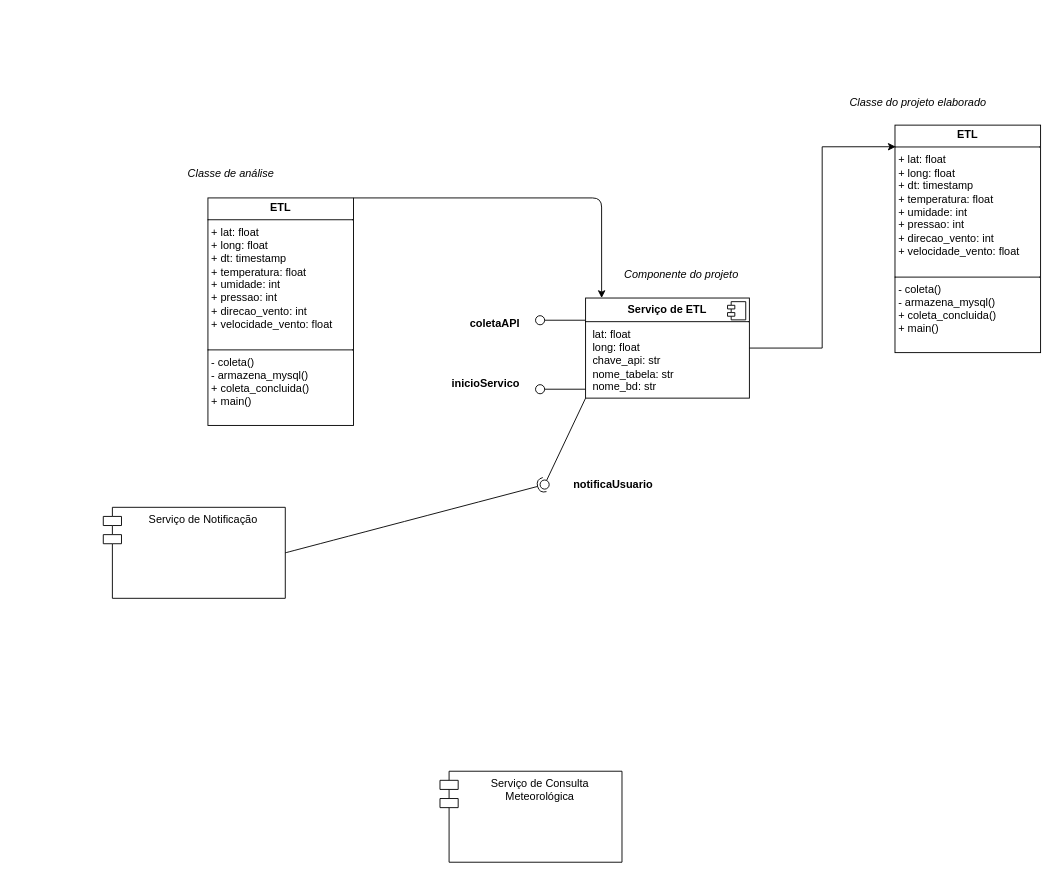
Above: projeto_software.drawio in budkee/news_on_weather (draw.io), before the change. Source tidied: cells renumbered, new cells numbered last; positions are measured from the earlier drawing's top-left corner, leaving out a move shared by most shapes. Both pictures are drawn from the tidied source at 91%, with x=0, y=0 at pixel (103, 88).
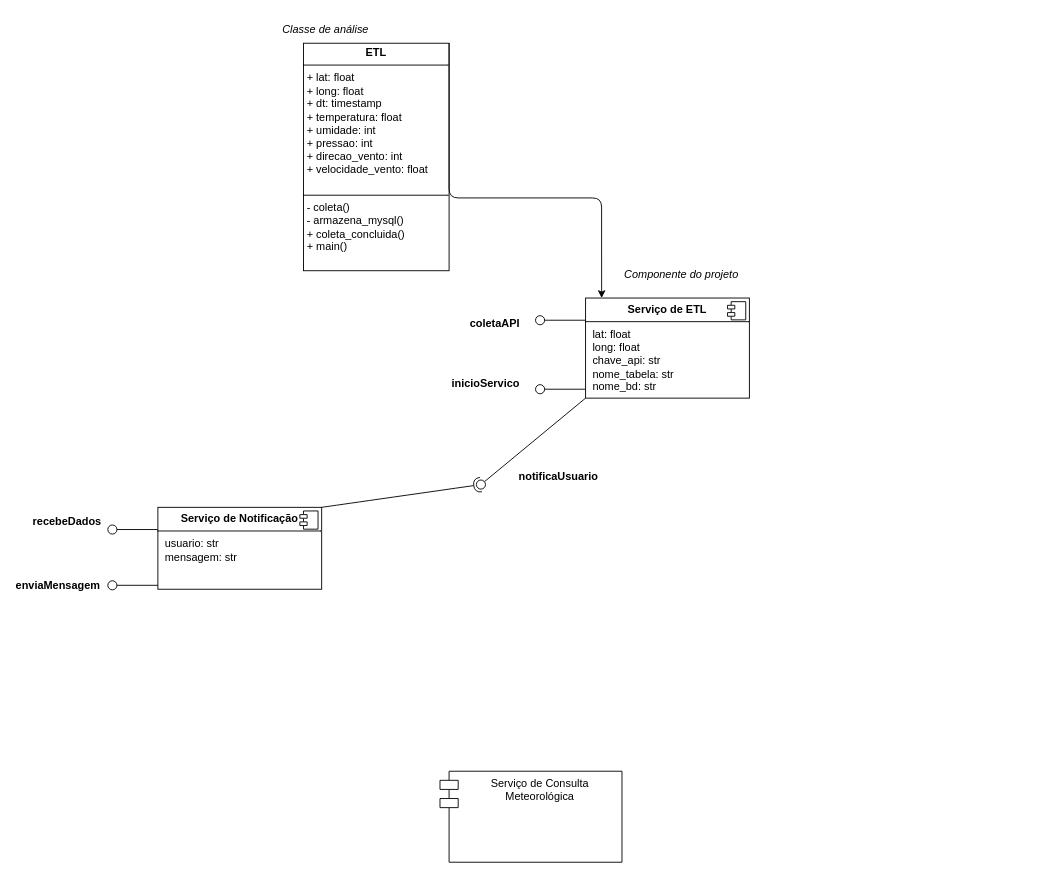
The same diagram, later.

Unchanged cells that the change refers to:
```xml
<mxCell id="16" value="&lt;p style=&quot;margin:0px;margin-top:6px;text-align:center;&quot;&gt;&lt;b&gt;Serviço de ETL&lt;/b&gt;&lt;/p&gt;&lt;hr size=&quot;1&quot; style=&quot;border-style:solid;&quot;&gt;&lt;p style=&quot;margin:0px;margin-left:8px;&quot;&gt;lat: float&lt;/p&gt;&lt;p style=&quot;margin:0px;margin-left:8px;&quot;&gt;long: float&lt;/p&gt;&lt;p style=&quot;margin:0px;margin-left:8px;&quot;&gt;chave_api: str&lt;/p&gt;&lt;p style=&quot;margin:0px;margin-left:8px;&quot;&gt;nome_tabela: str&lt;/p&gt;&lt;p style=&quot;margin:0px;margin-left:8px;&quot;&gt;nome_bd: str&lt;/p&gt;" style="align=left;overflow=fill;html=1;whiteSpace=wrap;" parent="11" vertex="1">
  <mxGeometry x="150" width="180" height="110" as="geometry" />
</mxCell>
```

Diff of the diagram source:
```diff
@@
-    <mxCell id="2" value="Serviço de Notificação" style="shape=module;align=left;spacingLeft=20;align=center;verticalAlign=top;whiteSpace=wrap;html=1;" parent="1" vertex="1">
-      <mxGeometry y="460" width="200" height="100" as="geometry" />
-    </mxCell>
@@
     <mxCell id="6" value="notificaUsuario" style="text;align=center;fontStyle=1;verticalAlign=middle;spacingLeft=3;spacingRight=3;strokeColor=none;html=1;" parent="1" vertex="1">
-      <mxGeometry x="520" y="422" width="80" height="26" as="geometry" />
+      <mxGeometry x="460" y="414" width="80" height="26" as="geometry" />
     </mxCell>
-    <mxCell id="7" style="rounded=0;jettySize=auto;html=1;endArrow=halfCircle;endFill=0;endSize=6;strokeWidth=1;sketch=0;fontSize=12;curved=1;exitX=1;exitY=0.5;exitDx=0;exitDy=0;" parent="1" edge="1" source="2" target="8">
+    <mxCell id="7" style="rounded=0;jettySize=auto;html=1;endArrow=halfCircle;endFill=0;endSize=6;strokeWidth=1;sketch=0;fontSize=12;curved=1;exitX=1;exitY=0;exitDx=0;exitDy=0;" parent="1" edge="1" source="25" target="8">
       <mxGeometry relative="1" as="geometry" />
     </mxCell>
     <mxCell id="8" style="ellipse;whiteSpace=wrap;html=1;align=center;fillColor=none;strokeColor=none;perimeter=centerPerimeter;points=[];outlineConnect=1;" parent="1" vertex="1">
-      <mxGeometry x="480" y="430" width="10" height="10" as="geometry" />
+      <mxGeometry x="410" y="430" width="10" height="10" as="geometry" />
     </mxCell>
     <mxCell id="9" value="&lt;p style=&quot;margin:0px;margin-top:4px;text-align:center;&quot;&gt;&lt;b&gt;ETL&lt;/b&gt;&lt;/p&gt;&lt;hr size=&quot;1&quot; style=&quot;border-style:solid;&quot;&gt;&lt;p style=&quot;margin:0px;margin-left:4px;&quot;&gt;+ lat: float&lt;/p&gt;&lt;p style=&quot;margin:0px;margin-left:4px;&quot;&gt;+ long: float&lt;/p&gt;&lt;p style=&quot;margin:0px;margin-left:4px;&quot;&gt;+ dt: timestamp&lt;span style=&quot;background-color: initial;&quot;&gt;&lt;br&gt;&lt;/span&gt;&lt;/p&gt;&lt;p style=&quot;margin:0px;margin-left:4px;&quot;&gt;&lt;span style=&quot;background-color: initial;&quot;&gt;+ temperatura: float&lt;/span&gt;&lt;/p&gt;&lt;p style=&quot;margin:0px;margin-left:4px;&quot;&gt;&lt;span style=&quot;background-color: initial;&quot;&gt;+ umidade: int&lt;/span&gt;&lt;/p&gt;&lt;p style=&quot;margin:0px;margin-left:4px;&quot;&gt;&lt;span style=&quot;background-color: initial;&quot;&gt;+ pressao: int&lt;/span&gt;&lt;/p&gt;&lt;p style=&quot;margin:0px;margin-left:4px;&quot;&gt;&lt;span style=&quot;background-color: initial;&quot;&gt;+ direcao_vento: int&lt;/span&gt;&lt;/p&gt;&lt;p style=&quot;margin:0px;margin-left:4px;&quot;&gt;&lt;span style=&quot;background-color: initial;&quot;&gt;+ velocidade_vento: float&lt;/span&gt;&lt;/p&gt;&lt;p style=&quot;margin:0px;margin-left:4px;&quot;&gt;&lt;br&gt;&lt;/p&gt;&lt;hr size=&quot;1&quot; style=&quot;border-style:solid;&quot;&gt;&lt;p style=&quot;margin:0px;margin-left:4px;&quot;&gt;- coleta()&lt;/p&gt;&lt;p style=&quot;margin:0px;margin-left:4px;&quot;&gt;- armazena_mysql()&lt;/p&gt;&lt;p style=&quot;margin:0px;margin-left:4px;&quot;&gt;+ coleta_concluida()&lt;/p&gt;&lt;p style=&quot;margin:0px;margin-left:4px;&quot;&gt;+ main()&lt;/p&gt;" style="verticalAlign=top;align=left;overflow=fill;html=1;whiteSpace=wrap;" parent="1" vertex="1">
-      <mxGeometry x="115" y="120" width="160" height="250" as="geometry" />
+      <mxGeometry x="220" y="-50" width="160" height="250" as="geometry" />
     </mxCell>
     <mxCell id="10" value="Classe de análise" style="text;html=1;align=center;verticalAlign=middle;strokeColor=none;fillColor=none;fontStyle=2;" parent="1" vertex="1">
-      <mxGeometry x="80" y="78" width="120" height="30" as="geometry" />
+      <mxGeometry x="184" y="-80" width="120" height="30" as="geometry" />
     </mxCell>
@@
-    <mxCell id="19" value="&lt;p style=&quot;margin:0px;margin-top:4px;text-align:center;&quot;&gt;&lt;b&gt;ETL&lt;/b&gt;&lt;/p&gt;&lt;hr size=&quot;1&quot; style=&quot;border-style:solid;&quot;&gt;&lt;p style=&quot;margin:0px;margin-left:4px;&quot;&gt;+ lat: float&lt;/p&gt;&lt;p style=&quot;margin:0px;margin-left:4px;&quot;&gt;+ long: float&lt;/p&gt;&lt;p style=&quot;margin:0px;margin-left:4px;&quot;&gt;+ dt: timestamp&lt;span style=&quot;background-color: initial;&quot;&gt;&lt;br&gt;&lt;/span&gt;&lt;/p&gt;&lt;p style=&quot;margin:0px;margin-left:4px;&quot;&gt;&lt;span style=&quot;background-color: initial;&quot;&gt;+ temperatura: float&lt;/span&gt;&lt;/p&gt;&lt;p style=&quot;margin:0px;margin-left:4px;&quot;&gt;&lt;span style=&quot;background-color: initial;&quot;&gt;+ umidade: int&lt;/span&gt;&lt;/p&gt;&lt;p style=&quot;margin:0px;margin-left:4px;&quot;&gt;&lt;span style=&quot;background-color: initial;&quot;&gt;+ pressao: int&lt;/span&gt;&lt;/p&gt;&lt;p style=&quot;margin:0px;margin-left:4px;&quot;&gt;&lt;span style=&quot;background-color: initial;&quot;&gt;+ direcao_vento: int&lt;/span&gt;&lt;/p&gt;&lt;p style=&quot;margin:0px;margin-left:4px;&quot;&gt;&lt;span style=&quot;background-color: initial;&quot;&gt;+ velocidade_vento: float&lt;/span&gt;&lt;/p&gt;&lt;p style=&quot;margin:0px;margin-left:4px;&quot;&gt;&lt;br&gt;&lt;/p&gt;&lt;hr size=&quot;1&quot; style=&quot;border-style:solid;&quot;&gt;&lt;p style=&quot;margin:0px;margin-left:4px;&quot;&gt;- coleta()&lt;/p&gt;&lt;p style=&quot;margin:0px;margin-left:4px;&quot;&gt;- armazena_mysql()&lt;/p&gt;&lt;p style=&quot;margin:0px;margin-left:4px;&quot;&gt;+ coleta_concluida()&lt;/p&gt;&lt;p style=&quot;margin:0px;margin-left:4px;&quot;&gt;+ main()&lt;/p&gt;" style="verticalAlign=top;align=left;overflow=fill;html=1;whiteSpace=wrap;" parent="1" vertex="1">
-      <mxGeometry x="870" y="40" width="160" height="250" as="geometry" />
-    </mxCell>
-    <mxCell id="20" value="Classe do projeto elaborado" style="text;html=1;align=center;verticalAlign=middle;strokeColor=none;fillColor=none;fontStyle=2;" parent="1" vertex="1">
-      <mxGeometry x="810" width="170" height="30" as="geometry" />
-    </mxCell>
@@
-    <mxCell id="22" style="edgeStyle=orthogonalEdgeStyle;rounded=0;jettySize=auto;html=1;entryX=0.005;entryY=0.095;entryDx=0;entryDy=0;entryPerimeter=0;" parent="1" edge="1" source="16" target="19">
-      <mxGeometry relative="1" as="geometry" />
-    </mxCell>
+    <mxCell id="23" style="rounded=0;orthogonalLoop=1;jettySize=auto;html=1;endArrow=oval;endFill=0;sketch=0;sourcePerimeterSpacing=0;targetPerimeterSpacing=0;endSize=10;exitX=0;exitY=0.75;exitDx=10;exitDy=0;exitPerimeter=0;" parent="1" edge="1">
+      <mxGeometry relative="1" as="geometry">
+        <mxPoint x="60" y="484.4" as="sourcePoint" />
+        <mxPoint x="10" y="484.4" as="targetPoint" />
+      </mxGeometry>
+    </mxCell>
+    <mxCell id="24" value="recebeDados" style="text;align=center;fontStyle=1;verticalAlign=middle;spacingLeft=3;spacingRight=3;strokeColor=none;html=1;" parent="1" vertex="1">
+      <mxGeometry x="-80" y="460" width="80" height="31.8" as="geometry" />
+    </mxCell>
+    <mxCell id="25" value="&lt;p style=&quot;margin:0px;margin-top:6px;text-align:center;&quot;&gt;&lt;b&gt;Serviço de Notificação&lt;/b&gt;&lt;/p&gt;&lt;hr size=&quot;1&quot; style=&quot;border-style:solid;&quot;&gt;&lt;p style=&quot;margin:0px;margin-left:8px;&quot;&gt;usuario: str&lt;/p&gt;&lt;p style=&quot;margin:0px;margin-left:8px;&quot;&gt;mensagem: str&lt;/p&gt;" style="align=left;overflow=fill;html=1;whiteSpace=wrap;" parent="1" vertex="1">
+      <mxGeometry x="60" y="460" width="180" height="90" as="geometry" />
+    </mxCell>
+    <mxCell id="26" style="shape=component;jettyWidth=8;jettyHeight=4;" parent="25" vertex="1">
+      <mxGeometry x="1" width="20" height="20" relative="1" as="geometry">
+        <mxPoint x="-24" y="4" as="offset" />
+      </mxGeometry>
+    </mxCell>
+    <mxCell id="27" value="enviaMensagem" style="text;align=center;fontStyle=1;verticalAlign=middle;spacingLeft=3;spacingRight=3;strokeColor=none;html=1;" parent="1" vertex="1">
+      <mxGeometry x="-90" y="530" width="80" height="31.8" as="geometry" />
+    </mxCell>
+    <mxCell id="28" style="rounded=0;orthogonalLoop=1;jettySize=auto;html=1;endArrow=oval;endFill=0;sketch=0;sourcePerimeterSpacing=0;targetPerimeterSpacing=0;endSize=10;exitX=0;exitY=0.75;exitDx=10;exitDy=0;exitPerimeter=0;" parent="1" edge="1">
+      <mxGeometry relative="1" as="geometry">
+        <mxPoint x="60" y="545.7" as="sourcePoint" />
+        <mxPoint x="10" y="545.7" as="targetPoint" />
+      </mxGeometry>
+    </mxCell>
```
